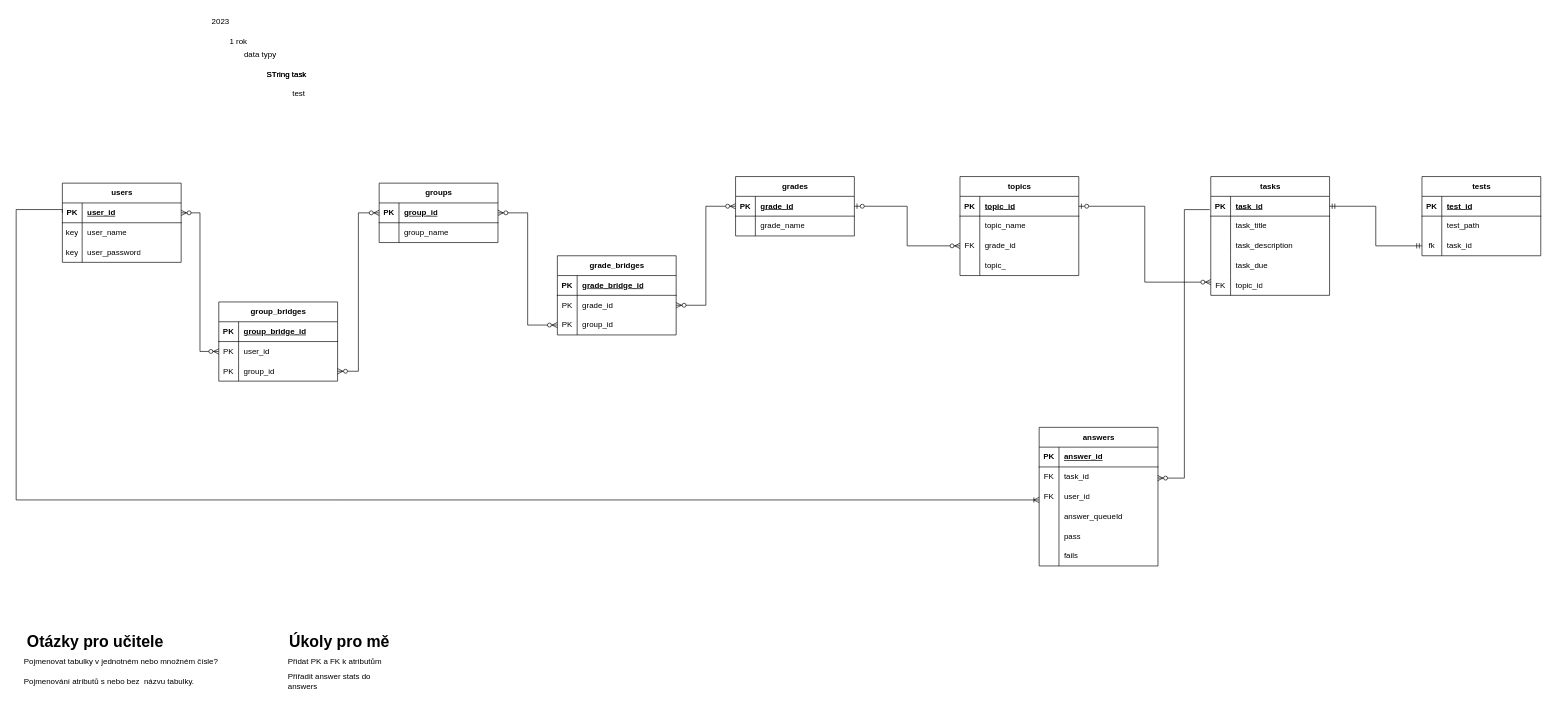
Earlier version of the draw.io diagram diagrams/db.drawio (Plebicek/CodeTester). Source tidied: cells renumbered, new cells numbered last; positions are measured from the earlier drawing's top-left corner, leaving out a move shared by most shapes. Both pictures are drawn from the tidied source at 66%, with x=0, y=0 at pixel (16, 11).
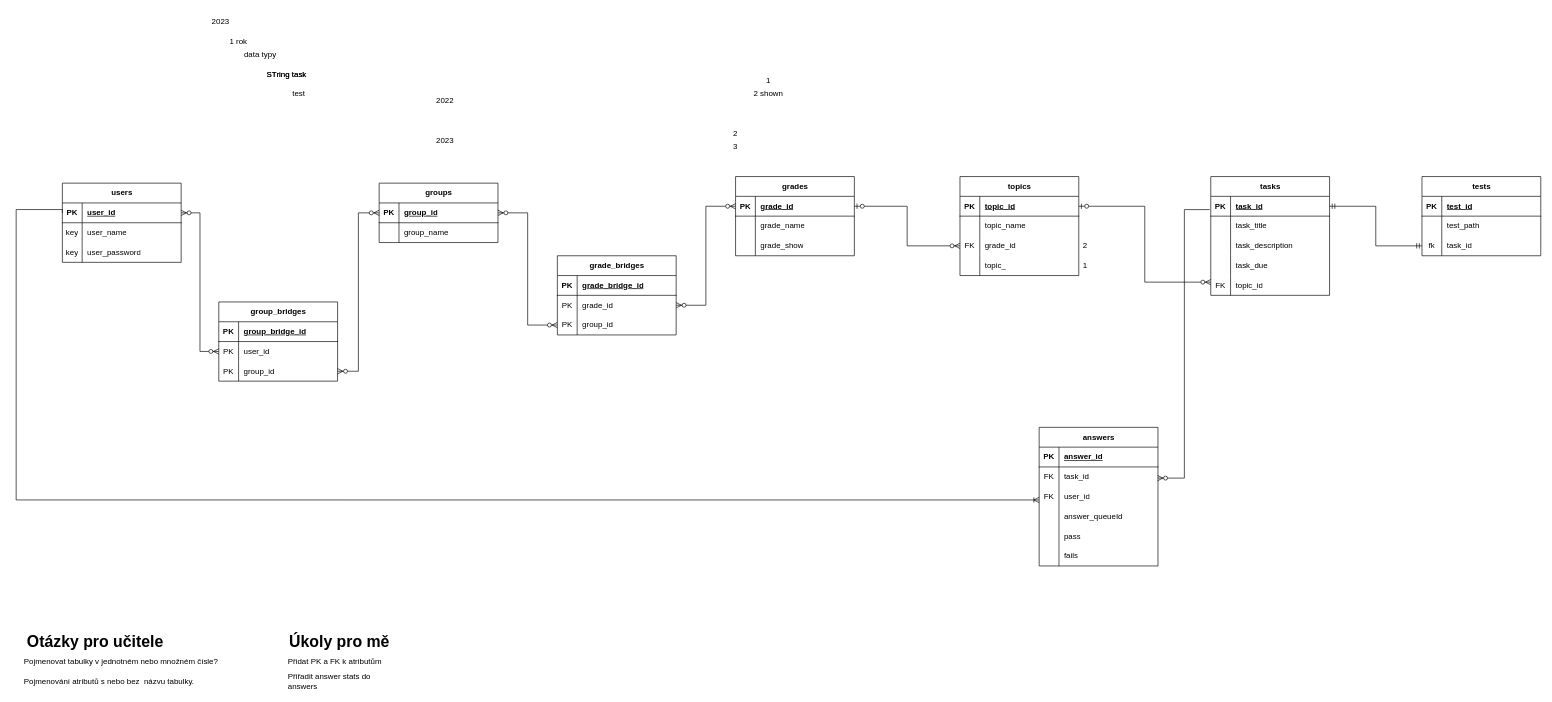
Above is the later version.

The edit, as a diff of the source:
```diff
@@
     <mxCell id="57" value="grades" style="shape=table;startSize=30;childLayout=tableLayout;rowLines=0;fontStyle=1;align=center;html=1;" parent="1" vertex="1">
-      <mxGeometry x="1090" y="250" width="180" height="90" as="geometry" />
+      <mxGeometry x="1090" y="250" width="180" height="120" as="geometry" />
     </mxCell>
@@
+    <mxCell id="126" style="shape=tableRow;horizontal=0;startSize=0;swimlaneHead=0;swimlaneBody=0;fillColor=none;top=0;left=0;right=0;bottom=0;" parent="57" vertex="1">
+      <mxGeometry y="90" width="180" height="30" as="geometry" />
+    </mxCell>
+    <mxCell id="127" style="shape=partialRectangle;fillColor=none;top=0;left=0;bottom=0;right=0;overflow=hidden;whiteSpace=wrap;html=1;" parent="126" vertex="1">
+      <mxGeometry width="30" height="30" as="geometry" />
+    </mxCell>
+    <mxCell id="128" value="grade_show" style="shape=partialRectangle;fillColor=none;top=0;left=0;bottom=0;right=0;align=left;spacingLeft=6;overflow=hidden;whiteSpace=wrap;html=1;" parent="126" vertex="1">
+      <mxGeometry x="30" width="150" height="30" as="geometry" />
+    </mxCell>
@@
+    <mxCell id="129" value="2023" style="text;html=1;align=center;verticalAlign=middle;whiteSpace=wrap;rounded=0;" parent="1" vertex="1">
+      <mxGeometry x="620" y="180" width="60" height="30" as="geometry" />
+    </mxCell>
+    <mxCell id="130" value="2022" style="text;html=1;align=center;verticalAlign=middle;whiteSpace=wrap;rounded=0;" parent="1" vertex="1">
+      <mxGeometry x="620" y="120" width="60" height="30" as="geometry" />
+    </mxCell>
+    <mxCell id="131" value="1" style="text;html=1;align=center;verticalAlign=middle;whiteSpace=wrap;rounded=0;" parent="1" vertex="1">
+      <mxGeometry x="1110" y="90" width="60" height="30" as="geometry" />
+    </mxCell>
+    <mxCell id="132" value="2 shown" style="text;html=1;align=center;verticalAlign=middle;whiteSpace=wrap;rounded=0;" parent="1" vertex="1">
+      <mxGeometry x="1110" y="110" width="60" height="30" as="geometry" />
+    </mxCell>
+    <mxCell id="133" value="2" style="text;html=1;align=center;verticalAlign=middle;whiteSpace=wrap;rounded=0;" parent="1" vertex="1">
+      <mxGeometry x="1060" y="170" width="60" height="30" as="geometry" />
+    </mxCell>
+    <mxCell id="134" value="3" style="text;html=1;align=center;verticalAlign=middle;whiteSpace=wrap;rounded=0;" parent="1" vertex="1">
+      <mxGeometry x="1060" y="190" width="60" height="30" as="geometry" />
+    </mxCell>
+    <mxCell id="135" value="1" style="text;html=1;align=center;verticalAlign=middle;whiteSpace=wrap;rounded=0;" parent="1" vertex="1">
+      <mxGeometry x="1590" y="370" width="60" height="30" as="geometry" />
+    </mxCell>
+    <mxCell id="136" value="2" style="text;html=1;align=center;verticalAlign=middle;whiteSpace=wrap;rounded=0;" parent="1" vertex="1">
+      <mxGeometry x="1590" y="340" width="60" height="30" as="geometry" />
+    </mxCell>
```
